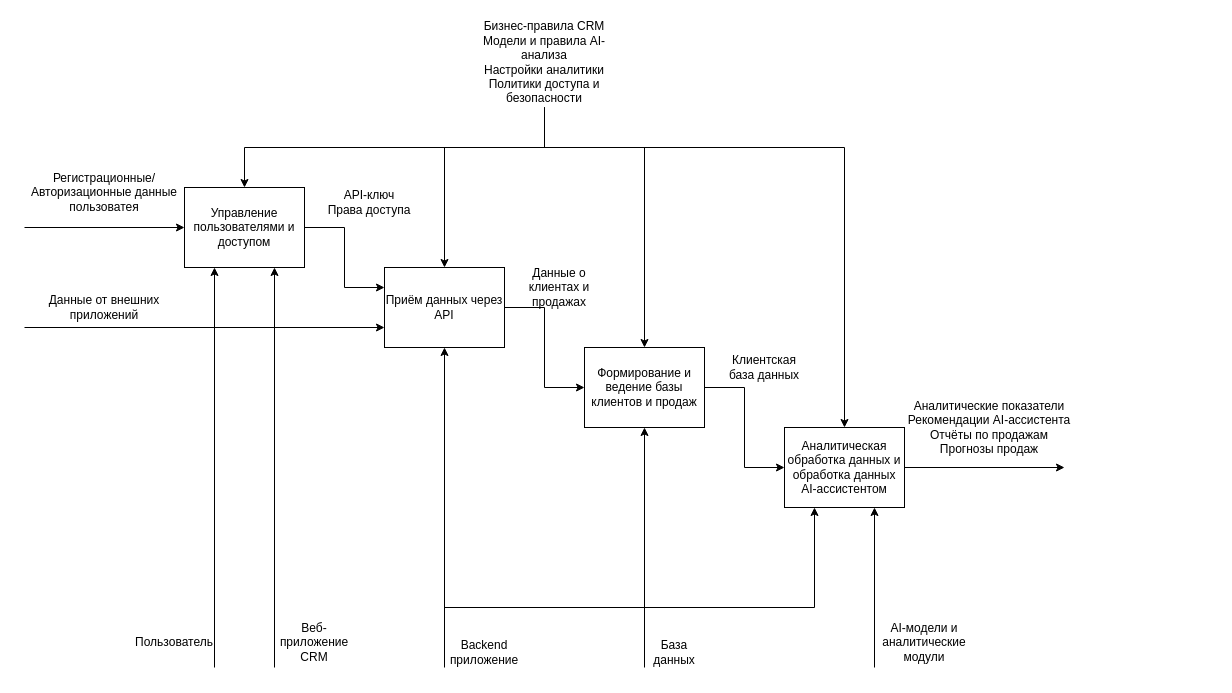
This is docs/src/idef0dec.drawio from StandartU/ai_crm, a draw.io file, before an edit. Source tidied: cells renumbered, new cells numbered last; positions are measured from the earlier drawing's top-left corner, leaving out a move shared by most shapes. Both pictures are drawn from the tidied source at 100%, with x=0, y=0 at pixel (24, 17).
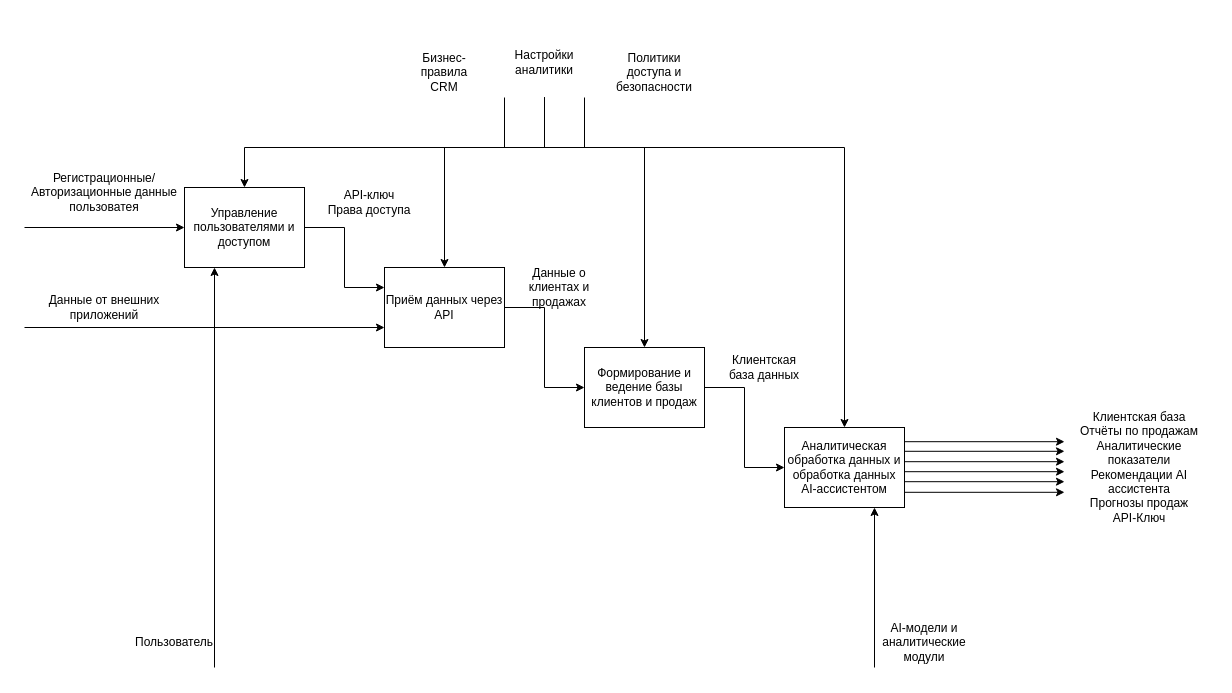
The same diagram, later.

The change refers to these unchanged cells:
```xml
<mxCell id="3" value="Управление пользователями и доступом" style="rounded=0;whiteSpace=wrap;html=1;" parent="1" vertex="1">
  <mxGeometry x="160" y="170" width="120" height="80" as="geometry" />
</mxCell>
<mxCell id="5" value="Приём данных через API" style="rounded=0;whiteSpace=wrap;html=1;" parent="1" vertex="1">
  <mxGeometry x="360" y="250" width="120" height="80" as="geometry" />
</mxCell>
<mxCell id="7" value="Формирование и ведение базы клиентов и продаж" style="rounded=0;whiteSpace=wrap;html=1;" parent="1" vertex="1">
  <mxGeometry x="560" y="330" width="120" height="80" as="geometry" />
</mxCell>
<mxCell id="8" value="Аналитическая обработка данных и обработка данных AI-ассистентом" style="rounded=0;whiteSpace=wrap;html=1;" parent="1" vertex="1">
  <mxGeometry x="760" y="410" width="120" height="80" as="geometry" />
</mxCell>
```

Change to the diagram source:
```diff
@@
-    <mxCell id="15" style="edgeStyle=none;jettySize=auto;html=1;rounded=0;exitX=1;exitY=0.5;exitDx=0;exitDy=0;" parent="1" edge="1" source="8">
+    <mxCell id="15" style="edgeStyle=none;orthogonalLoop=1;jettySize=auto;html=1;rounded=0;exitX=1;exitY=0.5;exitDx=0;exitDy=0;" parent="1" edge="1">
       <mxGeometry relative="1" as="geometry">
-        <mxPoint x="1040" y="450" as="targetPoint" />
+        <mxPoint x="880" y="444.2" as="sourcePoint" />
+        <mxPoint x="1040" y="444.2" as="targetPoint" />
       </mxGeometry>
     </mxCell>
@@
-    <mxCell id="17" value="&lt;div&gt;Аналитические показатели&lt;/div&gt;&lt;div&gt;Рекомендации AI-ассистента&lt;/div&gt;&lt;div&gt;Отчёты по продажам&lt;br&gt;Прогнозы продаж&lt;/div&gt;" style="text;html=1;whiteSpace=wrap;strokeColor=none;fillColor=none;align=center;verticalAlign=middle;rounded=0;" parent="1" vertex="1">
-      <mxGeometry x="880" y="370" width="170" height="80" as="geometry" />
-    </mxCell>
@@
-    <mxCell id="20" style="endArrow=classic;html=1;rounded=0;entryX=0.75;entryY=1;entryDx=0;entryDy=0;" parent="1" edge="1" target="3">
-      <mxGeometry relative="1" as="geometry">
-        <mxPoint x="250" y="650" as="sourcePoint" />
-      </mxGeometry>
-    </mxCell>
-    <mxCell id="21" value="Веб-приложение CRM" style="text;html=1;whiteSpace=wrap;strokeColor=none;fillColor=none;align=center;verticalAlign=middle;rounded=0;" parent="1" vertex="1">
-      <mxGeometry x="260" y="610" width="60" height="30" as="geometry" />
-    </mxCell>
-    <mxCell id="22" style="edgeStyle=none;jettySize=auto;html=1;rounded=0;entryX=0.5;entryY=1;entryDx=0;entryDy=0;" parent="1" edge="1" target="7">
-      <mxGeometry relative="1" as="geometry">
-        <mxPoint x="620" y="650" as="sourcePoint" />
-      </mxGeometry>
-    </mxCell>
-    <mxCell id="23" value="База данных" style="text;html=1;whiteSpace=wrap;strokeColor=none;fillColor=none;align=center;verticalAlign=middle;rounded=0;" parent="1" vertex="1">
-      <mxGeometry x="620" y="620" width="60" height="30" as="geometry" />
-    </mxCell>
-    <mxCell id="24" style="edgeStyle=none;jettySize=auto;html=1;rounded=0;entryX=0.5;entryY=1;entryDx=0;entryDy=0;" parent="1" edge="1" target="5">
-      <mxGeometry relative="1" as="geometry">
-        <mxPoint x="420" y="650" as="sourcePoint" />
-      </mxGeometry>
-    </mxCell>
-    <mxCell id="25" value="Backend приложение" style="text;html=1;whiteSpace=wrap;strokeColor=none;fillColor=none;align=center;verticalAlign=middle;rounded=0;" parent="1" vertex="1">
-      <mxGeometry x="430" y="620" width="60" height="30" as="geometry" />
-    </mxCell>
-    <mxCell id="26" style="edgeStyle=none;jettySize=auto;html=1;rounded=0;entryX=0.25;entryY=1;entryDx=0;entryDy=0;" parent="1" edge="1" target="8">
-      <mxGeometry relative="1" as="geometry">
-        <mxPoint x="420" y="590" as="sourcePoint" />
-        <Array as="points">
-          <mxPoint x="790" y="590" />
-        </Array>
-      </mxGeometry>
-    </mxCell>
@@
-    <mxCell id="29" style="edgeStyle=orthogonalEdgeStyle;rounded=0;jettySize=auto;html=1;entryX=0.5;entryY=0;entryDx=0;entryDy=0;" parent="1" edge="1" source="33" target="3">
+    <mxCell id="29" style="edgeStyle=orthogonalEdgeStyle;rounded=0;jettySize=auto;html=1;entryX=0.5;entryY=0;entryDx=0;entryDy=0;" parent="1" edge="1" target="3">
       <mxGeometry relative="1" as="geometry">
+        <mxPoint x="520" y="80" as="sourcePoint" />
         <Array as="points">
           <mxPoint x="520" y="130" />
           <mxPoint x="220" y="130" />
         </Array>
       </mxGeometry>
     </mxCell>
-    <mxCell id="30" style="edgeStyle=orthogonalEdgeStyle;rounded=0;jettySize=auto;html=1;entryX=0.5;entryY=0;entryDx=0;entryDy=0;" parent="1" edge="1" source="33" target="5">
+    <mxCell id="30" style="edgeStyle=orthogonalEdgeStyle;rounded=0;jettySize=auto;html=1;entryX=0.5;entryY=0;entryDx=0;entryDy=0;" parent="1" edge="1" target="5">
       <mxGeometry relative="1" as="geometry">
+        <mxPoint x="520" y="80" as="sourcePoint" />
         <Array as="points">
           <mxPoint x="520" y="130" />
           <mxPoint x="420" y="130" />
         </Array>
       </mxGeometry>
     </mxCell>
-    <mxCell id="31" style="edgeStyle=orthogonalEdgeStyle;rounded=0;jettySize=auto;html=1;entryX=0.5;entryY=0;entryDx=0;entryDy=0;" parent="1" edge="1" source="33" target="7">
+    <mxCell id="31" style="edgeStyle=orthogonalEdgeStyle;rounded=0;jettySize=auto;html=1;entryX=0.5;entryY=0;entryDx=0;entryDy=0;" parent="1" edge="1" target="7">
       <mxGeometry relative="1" as="geometry">
+        <mxPoint x="520" y="80" as="sourcePoint" />
         <Array as="points">
           <mxPoint x="520" y="130" />
           <mxPoint x="620" y="130" />
         </Array>
       </mxGeometry>
     </mxCell>
-    <mxCell id="32" style="edgeStyle=orthogonalEdgeStyle;rounded=0;jettySize=auto;html=1;entryX=0.5;entryY=0;entryDx=0;entryDy=0;" parent="1" edge="1" source="33" target="8">
+    <mxCell id="32" style="edgeStyle=orthogonalEdgeStyle;rounded=0;jettySize=auto;html=1;entryX=0.5;entryY=0;entryDx=0;entryDy=0;" parent="1" edge="1" target="8">
       <mxGeometry relative="1" as="geometry">
+        <mxPoint x="520" y="80" as="sourcePoint" />
         <Array as="points">
           <mxPoint x="520" y="130" />
           <mxPoint x="820" y="130" />
         </Array>
       </mxGeometry>
     </mxCell>
-    <mxCell id="33" value="&lt;div&gt;Бизнес-правила CRM&lt;/div&gt;&lt;div&gt;Модели и правила AI-анализа&lt;/div&gt;&lt;div&gt;Настройки аналитики&lt;/div&gt;&lt;div&gt;Политики доступа и безопасности&lt;/div&gt;" style="text;html=1;whiteSpace=wrap;strokeColor=none;fillColor=none;align=center;verticalAlign=middle;rounded=0;" parent="1" vertex="1">
-      <mxGeometry x="440" width="160" height="90" as="geometry" />
-    </mxCell>
+    <mxCell id="34" style="endArrow=none;html=1;rounded=0;entryX=0.75;entryY=1;entryDx=0;entryDy=0;" parent="1" edge="1">
+      <mxGeometry relative="1" as="geometry">
+        <mxPoint x="560" y="130" as="sourcePoint" />
+        <mxPoint x="560" y="80" as="targetPoint" />
+      </mxGeometry>
+    </mxCell>
+    <mxCell id="35" style="endArrow=none;html=1;rounded=0;entryX=0.25;entryY=1;entryDx=0;entryDy=0;" parent="1" edge="1">
+      <mxGeometry relative="1" as="geometry">
+        <mxPoint x="480" y="130" as="sourcePoint" />
+        <mxPoint x="480" y="80" as="targetPoint" />
+      </mxGeometry>
+    </mxCell>
+    <mxCell id="36" value="Бизнес-правила CRM" style="text;html=1;whiteSpace=wrap;strokeColor=none;fillColor=none;align=center;verticalAlign=middle;rounded=0;" parent="1" vertex="1">
+      <mxGeometry x="390" y="40" width="60" height="30" as="geometry" />
+    </mxCell>
+    <mxCell id="37" value="Настройки аналитики" style="text;html=1;whiteSpace=wrap;strokeColor=none;fillColor=none;align=center;verticalAlign=middle;rounded=0;" parent="1" vertex="1">
+      <mxGeometry x="490" y="30" width="60" height="30" as="geometry" />
+    </mxCell>
+    <mxCell id="38" value="&lt;div&gt;Политики доступа и безопасности&lt;/div&gt;" style="text;html=1;whiteSpace=wrap;strokeColor=none;fillColor=none;align=center;verticalAlign=middle;rounded=0;" parent="1" vertex="1">
+      <mxGeometry x="600" y="40" width="60" height="30" as="geometry" />
+    </mxCell>
+    <mxCell id="39" value="&lt;div&gt;Клиентская база&lt;/div&gt;&lt;div&gt;Отчёты по продажам&lt;/div&gt;&lt;div&gt;Аналитические показатели&lt;/div&gt;&lt;div&gt;Рекомендации AI ассистента&lt;/div&gt;&lt;div&gt;Прогнозы продаж&lt;/div&gt;API-Ключ" style="text;html=1;whiteSpace=wrap;strokeColor=none;fillColor=none;align=center;verticalAlign=middle;rounded=0;" parent="1" vertex="1">
+      <mxGeometry x="1040" y="395" width="150" height="110" as="geometry" />
+    </mxCell>
+    <mxCell id="40" style="edgeStyle=none;orthogonalLoop=1;jettySize=auto;html=1;rounded=0;exitX=1;exitY=0.5;exitDx=0;exitDy=0;" parent="1" edge="1">
+      <mxGeometry relative="1" as="geometry">
+        <mxPoint x="880" y="433.8" as="sourcePoint" />
+        <mxPoint x="1040" y="433.8" as="targetPoint" />
+      </mxGeometry>
+    </mxCell>
+    <mxCell id="41" style="edgeStyle=none;orthogonalLoop=1;jettySize=auto;html=1;rounded=0;exitX=1;exitY=0.5;exitDx=0;exitDy=0;" parent="1" edge="1">
+      <mxGeometry relative="1" as="geometry">
+        <mxPoint x="880" y="454.2" as="sourcePoint" />
+        <mxPoint x="1040" y="454.2" as="targetPoint" />
+      </mxGeometry>
+    </mxCell>
+    <mxCell id="42" style="edgeStyle=none;orthogonalLoop=1;jettySize=auto;html=1;rounded=0;exitX=1;exitY=0.5;exitDx=0;exitDy=0;" parent="1" edge="1">
+      <mxGeometry relative="1" as="geometry">
+        <mxPoint x="880" y="464.2" as="sourcePoint" />
+        <mxPoint x="1040" y="464.2" as="targetPoint" />
+      </mxGeometry>
+    </mxCell>
+    <mxCell id="43" style="edgeStyle=none;orthogonalLoop=1;jettySize=auto;html=1;rounded=0;exitX=1;exitY=0.5;exitDx=0;exitDy=0;" parent="1" edge="1">
+      <mxGeometry relative="1" as="geometry">
+        <mxPoint x="880" y="424.2" as="sourcePoint" />
+        <mxPoint x="1040" y="424.2" as="targetPoint" />
+      </mxGeometry>
+    </mxCell>
+    <mxCell id="44" style="edgeStyle=none;orthogonalLoop=1;jettySize=auto;html=1;rounded=0;exitX=1;exitY=0.5;exitDx=0;exitDy=0;" parent="1" edge="1">
+      <mxGeometry relative="1" as="geometry">
+        <mxPoint x="880" y="474.8" as="sourcePoint" />
+        <mxPoint x="1040" y="474.8" as="targetPoint" />
+      </mxGeometry>
+    </mxCell>
```
